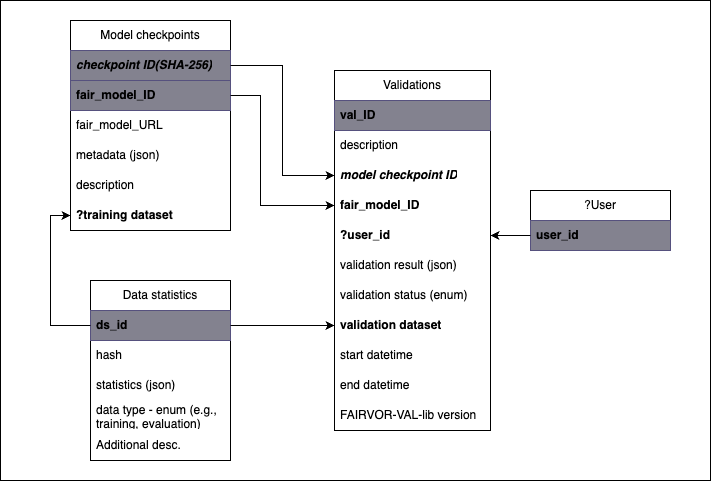
The draw.io diagram db-schema.drawio.png in MaastrichtU-BISS/FAIVOR-Dashboard, before a commit. Source tidied: cells renumbered, new cells last; positions are measured from the earlier drawing's top-left corner, leaving out a move shared by most shapes. The source it was exported from:
```xml
<mxGraphModel>
  <root>
    <mxCell id="0" />
    <mxCell id="1" parent="0" />
    <mxCell id="2" style="group;fontStyle=1;fontSize=19;" parent="1" vertex="1">
      <mxGeometry width="710" height="480" as="geometry" />
    </mxCell>
    <mxCell id="3" style="rounded=0;whiteSpace=wrap;html=1;" parent="2" vertex="1">
      <mxGeometry width="710" height="480" as="geometry" />
    </mxCell>
    <mxCell id="4" value="Model checkpoints" style="swimlane;fontStyle=0;horizontal=1;startSize=30;whiteSpace=wrap;html=1;" parent="2" vertex="1">
      <mxGeometry x="70" y="20" width="160" height="210" as="geometry" />
    </mxCell>
    <mxCell id="5" value="checkpoint ID(SHA-256)" style="text;strokeColor=#56517e;fillColor=#83828F;align=left;verticalAlign=middle;spacingLeft=4;spacingRight=4;overflow=hidden;points=[[0,0.5],[1,0.5]];portConstraint=eastwest;whiteSpace=wrap;html=1;fontStyle=3;" parent="4" vertex="1">
      <mxGeometry y="30" width="160" height="30" as="geometry" />
    </mxCell>
    <mxCell id="6" value="fair_model_ID" style="text;strokeColor=#56517e;fillColor=#83828F;align=left;verticalAlign=middle;spacingLeft=4;spacingRight=4;overflow=hidden;points=[[0,0.5],[1,0.5]];portConstraint=eastwest;whiteSpace=wrap;html=1;fontStyle=1;" parent="4" vertex="1">
      <mxGeometry y="60" width="160" height="30" as="geometry" />
    </mxCell>
    <mxCell id="7" value="fair_model_URL" style="text;strokeColor=none;fillColor=none;align=left;verticalAlign=middle;spacingLeft=4;spacingRight=4;overflow=hidden;whiteSpace=wrap;html=1;" parent="4" vertex="1">
      <mxGeometry y="90" width="160" height="30" as="geometry" />
    </mxCell>
    <mxCell id="8" value="metadata (json)" style="text;strokeColor=none;fillColor=none;align=left;verticalAlign=middle;spacingLeft=4;spacingRight=4;overflow=hidden;whiteSpace=wrap;html=1;" parent="4" vertex="1">
      <mxGeometry y="120" width="160" height="30" as="geometry" />
    </mxCell>
    <mxCell id="9" value="description" style="text;strokeColor=none;fillColor=none;align=left;verticalAlign=middle;spacingLeft=4;spacingRight=4;overflow=hidden;whiteSpace=wrap;html=1;" parent="4" vertex="1">
      <mxGeometry y="150" width="160" height="30" as="geometry" />
    </mxCell>
    <mxCell id="10" value="?training dataset" style="text;strokeColor=none;fillColor=none;align=left;verticalAlign=middle;spacingLeft=4;spacingRight=4;overflow=hidden;points=[[0,0.5],[1,0.5]];portConstraint=eastwest;whiteSpace=wrap;html=1;fontStyle=1;" parent="4" vertex="1">
      <mxGeometry y="180" width="160" height="30" as="geometry" />
    </mxCell>
    <mxCell id="11" value="Validations" style="swimlane;fontStyle=0;horizontal=1;startSize=30;whiteSpace=wrap;html=1;" parent="2" vertex="1">
      <mxGeometry x="334" y="70" width="156" height="360" as="geometry" />
    </mxCell>
    <mxCell id="12" value="val_ID" style="text;strokeColor=#56517e;fillColor=#83828F;align=left;verticalAlign=middle;spacingLeft=4;spacingRight=4;overflow=hidden;whiteSpace=wrap;html=1;fontStyle=1;" parent="11" vertex="1">
      <mxGeometry y="30" width="156" height="30" as="geometry" />
    </mxCell>
    <mxCell id="13" value="description" style="text;strokeColor=none;fillColor=none;align=left;verticalAlign=middle;spacingLeft=4;spacingRight=4;overflow=hidden;whiteSpace=wrap;html=1;" parent="11" vertex="1">
      <mxGeometry y="60" width="156" height="30" as="geometry" />
    </mxCell>
    <mxCell id="14" value="model checkpoint ID" style="text;align=left;verticalAlign=middle;spacingLeft=4;spacingRight=4;overflow=hidden;points=[[0,0.5],[1,0.5]];portConstraint=eastwest;whiteSpace=wrap;html=1;fontStyle=3;" parent="11" vertex="1">
      <mxGeometry y="90" width="156" height="30" as="geometry" />
    </mxCell>
    <mxCell id="15" value="fair_model_ID" style="text;align=left;verticalAlign=middle;spacingLeft=4;spacingRight=4;overflow=hidden;points=[[0,0.5],[1,0.5]];portConstraint=eastwest;whiteSpace=wrap;html=1;fontStyle=1;" parent="11" vertex="1">
      <mxGeometry y="120" width="156" height="30" as="geometry" />
    </mxCell>
    <mxCell id="16" value="?user_id" style="text;strokeColor=none;fillColor=none;align=left;verticalAlign=middle;spacingLeft=4;spacingRight=4;overflow=hidden;points=[[0,0.5],[1,0.5]];portConstraint=eastwest;whiteSpace=wrap;html=1;fontStyle=1;" parent="11" vertex="1">
      <mxGeometry y="150" width="156" height="30" as="geometry" />
    </mxCell>
    <mxCell id="17" value="validation result (json)" style="text;strokeColor=none;fillColor=none;align=left;verticalAlign=middle;spacingLeft=4;spacingRight=4;overflow=hidden;whiteSpace=wrap;html=1;" parent="11" vertex="1">
      <mxGeometry y="180" width="156" height="30" as="geometry" />
    </mxCell>
    <mxCell id="18" value="validation status (enum)" style="text;strokeColor=none;fillColor=none;align=left;verticalAlign=middle;spacingLeft=4;spacingRight=4;overflow=hidden;whiteSpace=wrap;html=1;" parent="11" vertex="1">
      <mxGeometry y="210" width="156" height="30" as="geometry" />
    </mxCell>
    <mxCell id="19" value="&lt;span style=&quot;&quot;&gt;validation dataset&lt;/span&gt;" style="text;strokeColor=none;fillColor=none;align=left;verticalAlign=middle;spacingLeft=4;spacingRight=4;overflow=hidden;points=[[0,0.5],[1,0.5]];portConstraint=eastwest;whiteSpace=wrap;html=1;fontStyle=1;" parent="11" vertex="1">
      <mxGeometry y="240" width="156" height="30" as="geometry" />
    </mxCell>
    <mxCell id="20" value="&lt;span style=&quot;&quot;&gt;start datetime&lt;/span&gt;" style="text;strokeColor=none;fillColor=none;align=left;verticalAlign=middle;spacingLeft=4;spacingRight=4;overflow=hidden;whiteSpace=wrap;html=1;fontStyle=0;" parent="11" vertex="1">
      <mxGeometry y="270" width="156" height="30" as="geometry" />
    </mxCell>
    <mxCell id="21" value="&lt;span style=&quot;&quot;&gt;end datetime&lt;/span&gt;" style="text;strokeColor=none;fillColor=none;align=left;verticalAlign=middle;spacingLeft=4;spacingRight=4;overflow=hidden;whiteSpace=wrap;html=1;fontStyle=0;" parent="11" vertex="1">
      <mxGeometry y="300" width="156" height="30" as="geometry" />
    </mxCell>
    <mxCell id="22" value="FAIRVOR-VAL-lib version" style="text;strokeColor=none;fillColor=none;align=left;verticalAlign=middle;spacingLeft=4;spacingRight=4;overflow=hidden;whiteSpace=wrap;html=1;fontStyle=0;" parent="11" vertex="1">
      <mxGeometry y="330" width="156" height="30" as="geometry" />
    </mxCell>
    <mxCell id="23" value="Data statistics" style="swimlane;fontStyle=0;horizontal=1;startSize=30;whiteSpace=wrap;html=1;" parent="2" vertex="1">
      <mxGeometry x="90" y="280" width="140" height="180" as="geometry" />
    </mxCell>
    <mxCell id="24" value="ds_id" style="text;strokeColor=#56517e;fillColor=#83828F;align=left;verticalAlign=middle;spacingLeft=4;spacingRight=4;overflow=hidden;points=[[0,0.5],[1,0.5]];portConstraint=eastwest;whiteSpace=wrap;html=1;fontStyle=1;" parent="23" vertex="1">
      <mxGeometry y="30" width="140" height="30" as="geometry" />
    </mxCell>
    <mxCell id="25" value="hash" style="text;align=left;verticalAlign=middle;spacingLeft=4;spacingRight=4;overflow=hidden;whiteSpace=wrap;html=1;" parent="23" vertex="1">
      <mxGeometry y="60" width="140" height="30" as="geometry" />
    </mxCell>
    <mxCell id="26" value="statistics (json)" style="text;strokeColor=none;fillColor=none;align=left;verticalAlign=middle;spacingLeft=4;spacingRight=4;overflow=hidden;whiteSpace=wrap;html=1;" parent="23" vertex="1">
      <mxGeometry y="90" width="140" height="30" as="geometry" />
    </mxCell>
    <mxCell id="27" value="data type - enum (e.g., training, evaluation)" style="text;strokeColor=none;fillColor=none;align=left;verticalAlign=middle;spacingLeft=4;spacingRight=4;overflow=hidden;whiteSpace=wrap;html=1;" parent="23" vertex="1">
      <mxGeometry y="120" width="140" height="30" as="geometry" />
    </mxCell>
    <mxCell id="28" value="Additional desc." style="text;strokeColor=none;fillColor=none;align=left;verticalAlign=middle;spacingLeft=4;spacingRight=4;overflow=hidden;whiteSpace=wrap;html=1;" parent="23" vertex="1">
      <mxGeometry y="150" width="140" height="30" as="geometry" />
    </mxCell>
    <mxCell id="29" value="?User" style="swimlane;fontStyle=0;horizontal=1;startSize=30;whiteSpace=wrap;html=1;" parent="2" vertex="1">
      <mxGeometry x="530" y="190" width="140" height="60" as="geometry" />
    </mxCell>
    <mxCell id="30" value="user_id" style="text;strokeColor=#56517e;fillColor=#83828F;align=left;verticalAlign=middle;spacingLeft=4;spacingRight=4;overflow=hidden;points=[[0,0.5],[1,0.5]];portConstraint=eastwest;whiteSpace=wrap;html=1;fontStyle=1;" parent="29" vertex="1">
      <mxGeometry y="30" width="140" height="30" as="geometry" />
    </mxCell>
    <mxCell id="31" style="edgeStyle=orthogonalEdgeStyle;rounded=0;jettySize=auto;html=1;entryX=1;entryY=0.5;entryDx=0;entryDy=0;" parent="2" edge="1" source="30" target="16">
      <mxGeometry relative="1" as="geometry" />
    </mxCell>
    <mxCell id="32" style="edgeStyle=orthogonalEdgeStyle;rounded=0;jettySize=auto;html=1;entryX=0;entryY=0.5;entryDx=0;entryDy=0;" parent="2" edge="1" source="24" target="19">
      <mxGeometry relative="1" as="geometry" />
    </mxCell>
    <mxCell id="33" style="edgeStyle=orthogonalEdgeStyle;rounded=0;jettySize=auto;html=1;entryX=0;entryY=0.5;entryDx=0;entryDy=0;" parent="2" edge="1" source="24">
      <mxGeometry relative="1" as="geometry">
        <mxPoint x="334" y="325" as="targetPoint" />
      </mxGeometry>
    </mxCell>
    <mxCell id="34" style="edgeStyle=orthogonalEdgeStyle;rounded=0;jettySize=auto;html=1;entryX=0;entryY=0.5;entryDx=0;entryDy=0;" parent="2" edge="1" source="24" target="10">
      <mxGeometry relative="1" as="geometry" />
    </mxCell>
    <mxCell id="35" style="edgeStyle=orthogonalEdgeStyle;rounded=0;jettySize=auto;html=1;" parent="2" edge="1" source="5" target="14">
      <mxGeometry relative="1" as="geometry" />
    </mxCell>
    <mxCell id="36" style="edgeStyle=orthogonalEdgeStyle;rounded=0;jettySize=auto;html=1;entryX=0;entryY=0.5;entryDx=0;entryDy=0;" parent="2" edge="1" source="6" target="15">
      <mxGeometry relative="1" as="geometry">
        <Array as="points">
          <mxPoint x="260" y="95" />
          <mxPoint x="260" y="205" />
        </Array>
      </mxGeometry>
    </mxCell>
  </root>
</mxGraphModel>
```
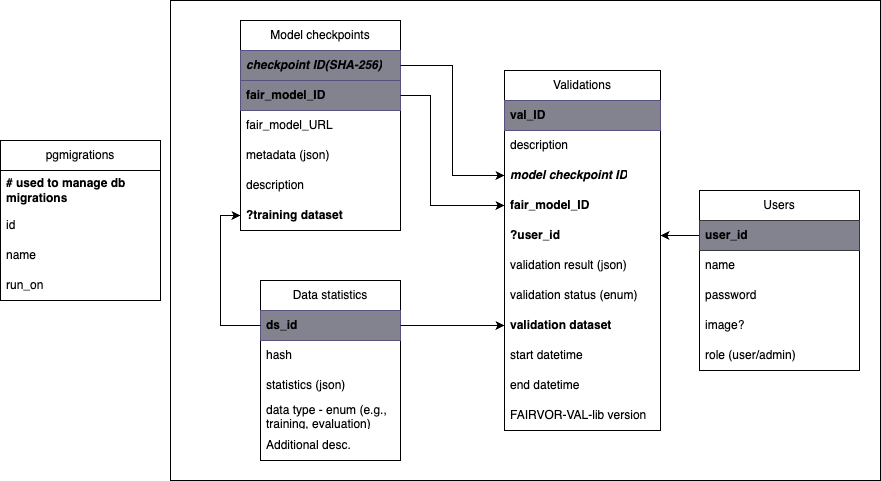
After the commit.

What changed in the source:
```diff
@@ -83,12 +83,6 @@
     <mxCell id="28" value="Additional desc." style="text;strokeColor=none;fillColor=none;align=left;verticalAlign=middle;spacingLeft=4;spacingRight=4;overflow=hidden;whiteSpace=wrap;html=1;" parent="23" vertex="1">
       <mxGeometry y="150" width="140" height="30" as="geometry" />
     </mxCell>
-    <mxCell id="29" value="?User" style="swimlane;fontStyle=0;horizontal=1;startSize=30;whiteSpace=wrap;html=1;" parent="2" vertex="1">
-      <mxGeometry x="530" y="190" width="140" height="60" as="geometry" />
-    </mxCell>
-    <mxCell id="30" value="user_id" style="text;strokeColor=#56517e;fillColor=#83828F;align=left;verticalAlign=middle;spacingLeft=4;spacingRight=4;overflow=hidden;points=[[0,0.5],[1,0.5]];portConstraint=eastwest;whiteSpace=wrap;html=1;fontStyle=1;" parent="29" vertex="1">
-      <mxGeometry y="30" width="140" height="30" as="geometry" />
-    </mxCell>
     <mxCell id="31" style="edgeStyle=orthogonalEdgeStyle;rounded=0;jettySize=auto;html=1;entryX=1;entryY=0.5;entryDx=0;entryDy=0;" parent="2" edge="1" source="30" target="16">
       <mxGeometry relative="1" as="geometry" />
     </mxCell>
@@ -114,5 +108,38 @@
         </Array>
       </mxGeometry>
     </mxCell>
+    <mxCell id="37" value="Users" style="swimlane;fontStyle=0;horizontal=1;startSize=30;whiteSpace=wrap;html=1;" parent="2" vertex="1">
+      <mxGeometry x="529" y="190" width="160" height="180" as="geometry" />
+    </mxCell>
+    <mxCell id="30" value="user_id" style="text;fillColor=#83828F;align=left;verticalAlign=middle;spacingLeft=4;spacingRight=4;overflow=hidden;points=[[0,0.5],[1,0.5]];portConstraint=eastwest;whiteSpace=wrap;html=1;fontStyle=1;strokeColor=#36393d;" parent="37" vertex="1">
+      <mxGeometry y="30" width="160" height="30" as="geometry" />
+    </mxCell>
+    <mxCell id="38" value="name" style="text;strokeColor=none;fillColor=none;align=left;verticalAlign=middle;spacingLeft=4;spacingRight=4;overflow=hidden;whiteSpace=wrap;html=1;" parent="37" vertex="1">
+      <mxGeometry y="60" width="160" height="30" as="geometry" />
+    </mxCell>
+    <mxCell id="39" value="password" style="text;strokeColor=none;fillColor=none;align=left;verticalAlign=middle;spacingLeft=4;spacingRight=4;overflow=hidden;whiteSpace=wrap;html=1;" parent="37" vertex="1">
+      <mxGeometry y="90" width="160" height="30" as="geometry" />
+    </mxCell>
+    <mxCell id="40" value="image?" style="text;strokeColor=none;fillColor=none;align=left;verticalAlign=middle;spacingLeft=4;spacingRight=4;overflow=hidden;whiteSpace=wrap;html=1;" parent="37" vertex="1">
+      <mxGeometry y="120" width="160" height="30" as="geometry" />
+    </mxCell>
+    <mxCell id="41" value="&lt;span style=&quot;font-weight: normal;&quot;&gt;role (user/admin)&lt;/span&gt;" style="text;strokeColor=none;fillColor=none;align=left;verticalAlign=middle;spacingLeft=4;spacingRight=4;overflow=hidden;whiteSpace=wrap;html=1;fontStyle=1;" parent="37" vertex="1">
+      <mxGeometry y="150" width="160" height="30" as="geometry" />
+    </mxCell>
+    <mxCell id="42" value="pgmigrations" style="swimlane;fontStyle=0;horizontal=1;startSize=30;whiteSpace=wrap;html=1;" parent="1" vertex="1">
+      <mxGeometry x="-170" y="140" width="160" height="160" as="geometry" />
+    </mxCell>
+    <mxCell id="43" value="# used to manage db migrations" style="text;strokeColor=none;fillColor=none;align=left;verticalAlign=middle;spacingLeft=4;spacingRight=4;overflow=hidden;whiteSpace=wrap;html=1;fontStyle=1;" parent="42" vertex="1">
+      <mxGeometry y="30" width="160" height="40" as="geometry" />
+    </mxCell>
+    <mxCell id="44" value="id" style="text;strokeColor=none;fillColor=none;align=left;verticalAlign=middle;spacingLeft=4;spacingRight=4;overflow=hidden;whiteSpace=wrap;html=1;" parent="42" vertex="1">
+      <mxGeometry y="70" width="160" height="30" as="geometry" />
+    </mxCell>
+    <mxCell id="45" value="name" style="text;strokeColor=none;fillColor=none;align=left;verticalAlign=middle;spacingLeft=4;spacingRight=4;overflow=hidden;whiteSpace=wrap;html=1;" parent="42" vertex="1">
+      <mxGeometry y="100" width="160" height="30" as="geometry" />
+    </mxCell>
+    <mxCell id="46" value="run_on" style="text;strokeColor=none;fillColor=none;align=left;verticalAlign=middle;spacingLeft=4;spacingRight=4;overflow=hidden;whiteSpace=wrap;html=1;" parent="42" vertex="1">
+      <mxGeometry y="130" width="160" height="30" as="geometry" />
+    </mxCell>
   </root>
 </mxGraphModel>
```
